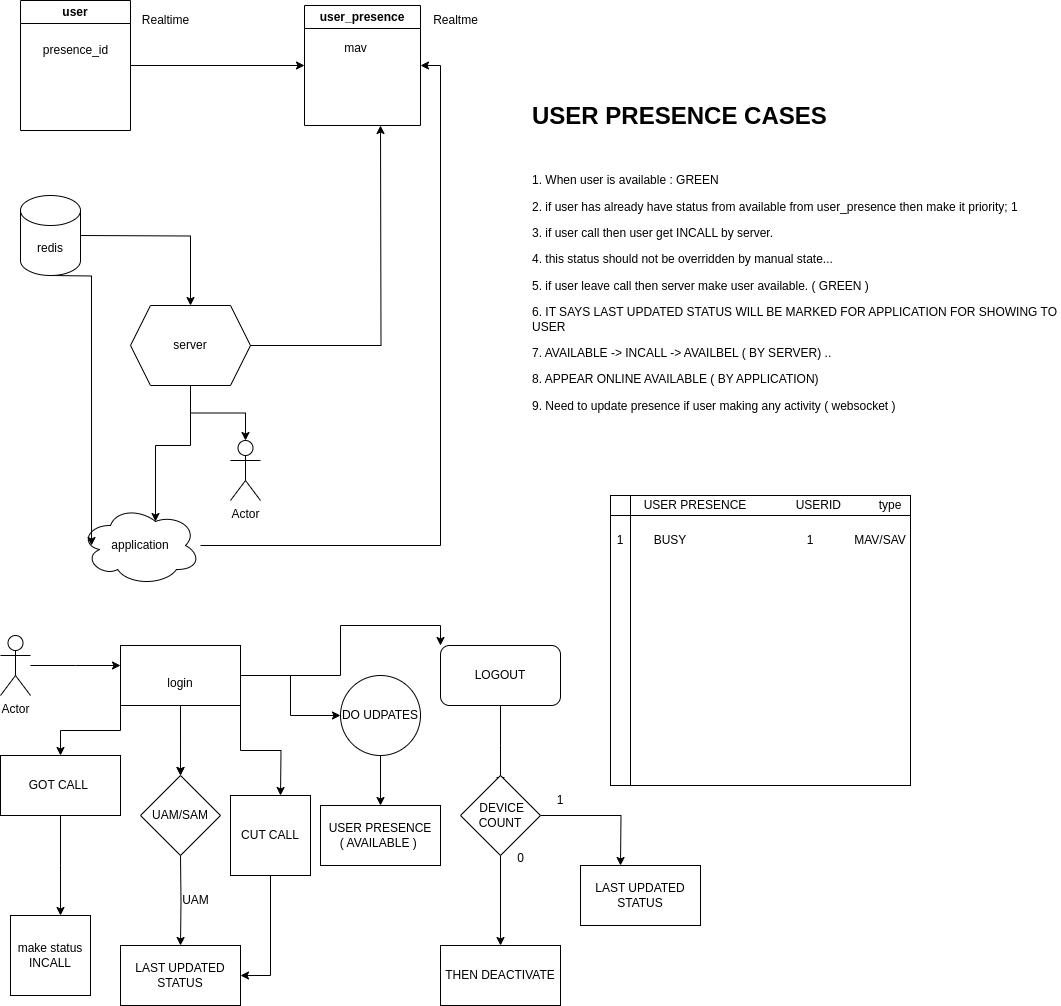
The draw.io diagram UserPresence-axionicl.drawio.png in yashplg/draw.io, before a commit. Source tidied: cells renumbered, new cells last; positions are measured from the earlier drawing's top-left corner, leaving out a move shared by most shapes.
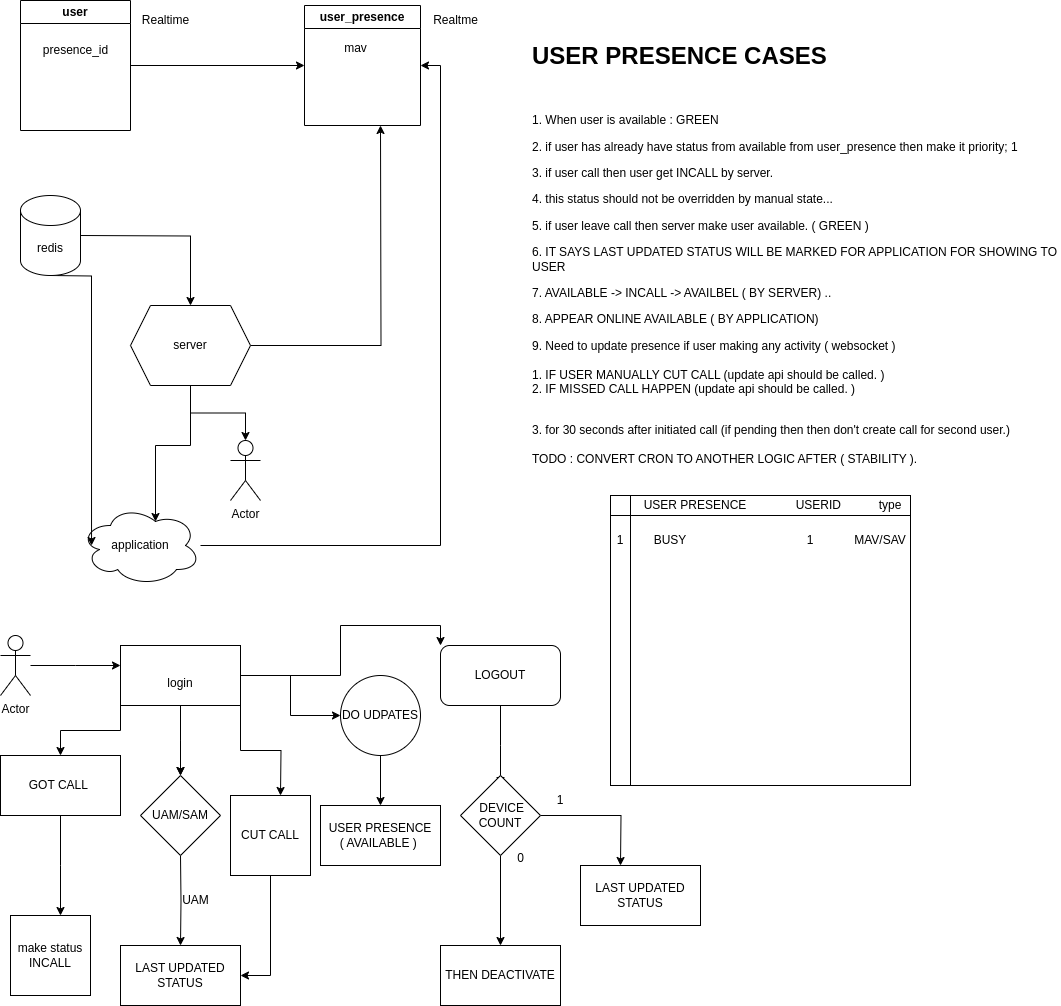
After the commit.

The edit, as a diff of the source:
```diff
@@ -56,8 +56,8 @@
     <mxCell id="17" value="redis" style="shape=cylinder3;whiteSpace=wrap;html=1;boundedLbl=1;backgroundOutline=1;size=15;" parent="1" vertex="1">
       <mxGeometry x="20" y="195" width="60" height="80" as="geometry" />
     </mxCell>
-    <mxCell id="18" value="&lt;h1 style=&quot;margin-top: 0px;&quot;&gt;USER PRESENCE CASES&lt;/h1&gt;&lt;p&gt;&amp;nbsp;&lt;/p&gt;&lt;p&gt;1. When user is available : GREEN&lt;/p&gt;&lt;p&gt;2. if user has already have status from available from user_presence then make it priority; 1&lt;/p&gt;&lt;p&gt;3. if user call then user get INCALL by server.&lt;/p&gt;&lt;p&gt;4. this status should not be overridden by manual state...&lt;/p&gt;&lt;p&gt;5. if user leave call then server make user available. ( GREEN )&lt;/p&gt;&lt;p&gt;&lt;span style=&quot;background-color: initial;&quot;&gt;6. IT SAYS LAST UPDATED STATUS WILL BE MARKED FOR APPLICATION FOR SHOWING TO USER&lt;/span&gt;&lt;/p&gt;&lt;p&gt;&lt;span style=&quot;background-color: initial;&quot;&gt;7. AVAILABLE -&amp;gt; INCALL -&amp;gt; AVAILBEL ( BY SERVER) ..&lt;/span&gt;&lt;/p&gt;&lt;p&gt;&lt;span style=&quot;background-color: initial;&quot;&gt;8. APPEAR ONLINE AVAILABLE ( BY APPLICATION)&lt;/span&gt;&lt;/p&gt;&lt;p&gt;&lt;span style=&quot;background-color: initial;&quot;&gt;9. Need to update presence if user making any activity ( websocket )&amp;nbsp;&lt;br&gt;&lt;br&gt;&lt;/span&gt;&lt;/p&gt;" style="text;html=1;whiteSpace=wrap;overflow=hidden;rounded=0;" parent="1" vertex="1">
-      <mxGeometry x="530" y="95" width="530" height="430" as="geometry" />
+    <mxCell id="18" value="&lt;h1 style=&quot;margin-top: 0px;&quot;&gt;USER PRESENCE CASES&lt;/h1&gt;&lt;p&gt;&amp;nbsp;&lt;/p&gt;&lt;p&gt;1. When user is available : GREEN&lt;/p&gt;&lt;p&gt;2. if user has already have status from available from user_presence then make it priority; 1&lt;/p&gt;&lt;p&gt;3. if user call then user get INCALL by server.&lt;/p&gt;&lt;p&gt;4. this status should not be overridden by manual state...&lt;/p&gt;&lt;p&gt;5. if user leave call then server make user available. ( GREEN )&lt;/p&gt;&lt;p&gt;&lt;span style=&quot;background-color: initial;&quot;&gt;6. IT SAYS LAST UPDATED STATUS WILL BE MARKED FOR APPLICATION FOR SHOWING TO USER&lt;/span&gt;&lt;/p&gt;&lt;p&gt;&lt;span style=&quot;background-color: initial;&quot;&gt;7. AVAILABLE -&amp;gt; INCALL -&amp;gt; AVAILBEL ( BY SERVER) ..&lt;/span&gt;&lt;/p&gt;&lt;p&gt;&lt;span style=&quot;background-color: initial;&quot;&gt;8. APPEAR ONLINE AVAILABLE ( BY APPLICATION)&lt;/span&gt;&lt;/p&gt;&lt;p&gt;&lt;span style=&quot;background-color: initial;&quot;&gt;9. Need to update presence if user making any activity ( websocket )&amp;nbsp;&lt;br&gt;&lt;br&gt;1. IF USER MANUALLY CUT CALL (update api should be called. )&lt;br&gt;2. IF MISSED CALL HAPPEN (update api should be called. )&lt;br&gt;&lt;br&gt;&lt;/span&gt;&lt;/p&gt;&lt;p&gt;&lt;span style=&quot;background-color: initial;&quot;&gt;3. for 30 seconds after initiated call (if pending then then don't create call for second user.)&lt;br&gt;&lt;br&gt;TODO : CONVERT CRON TO ANOTHER LOGIC AFTER ( STABILITY ).&lt;/span&gt;&lt;/p&gt;" style="text;html=1;whiteSpace=wrap;overflow=hidden;rounded=0;" parent="1" vertex="1">
+      <mxGeometry x="530" y="35" width="530" height="430" as="geometry" />
     </mxCell>
     <mxCell id="19" style="edgeStyle=orthogonalEdgeStyle;rounded=0;jettySize=auto;html=1;" parent="1" edge="1" source="20">
       <mxGeometry relative="1" as="geometry">
```
